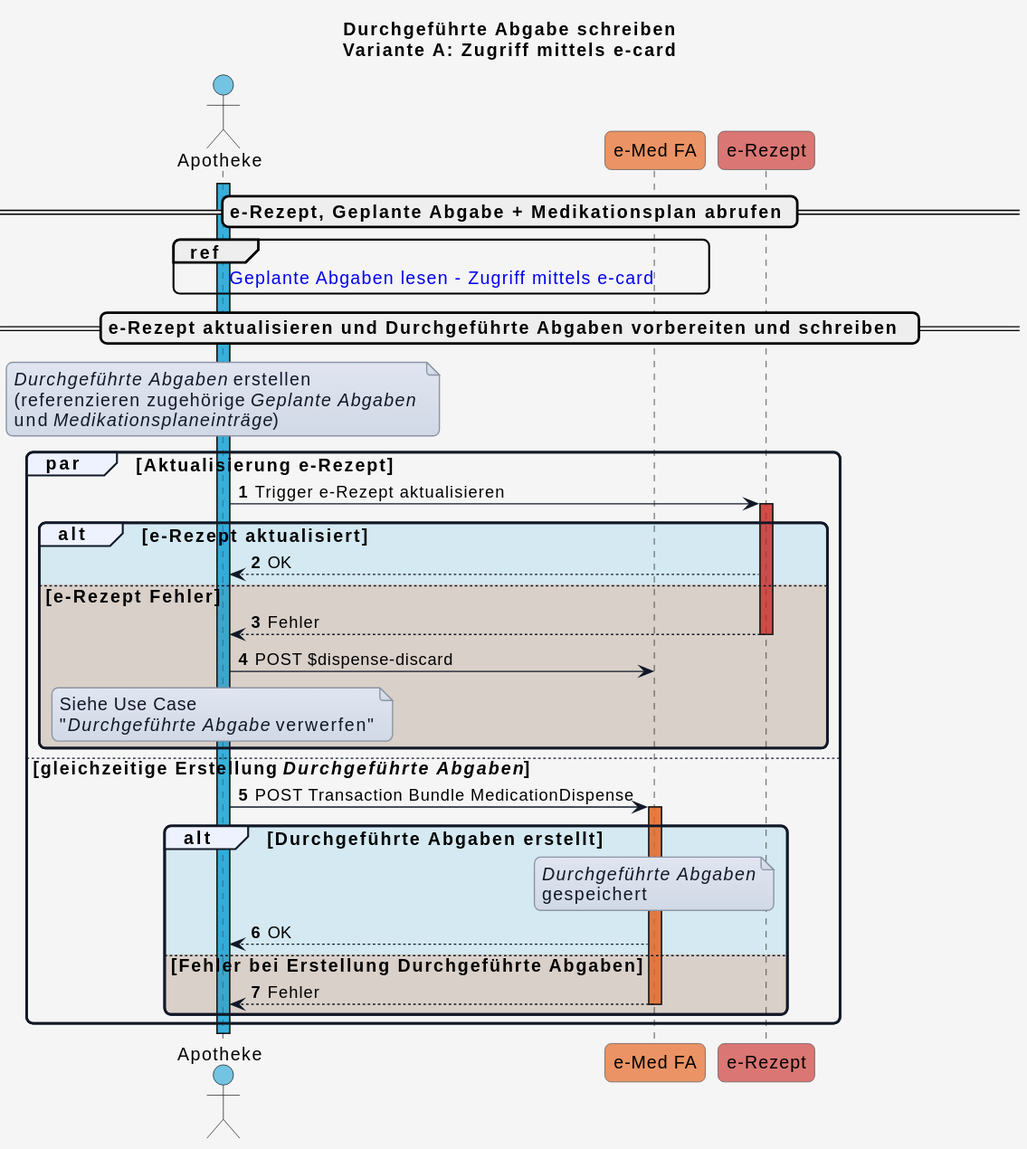
This is input/images/plantuml/UC_eMed_09_01_a.svg from HL7Austria/ELGA-e-Medikation-R4, a PlantUML export, as it was before one commit.
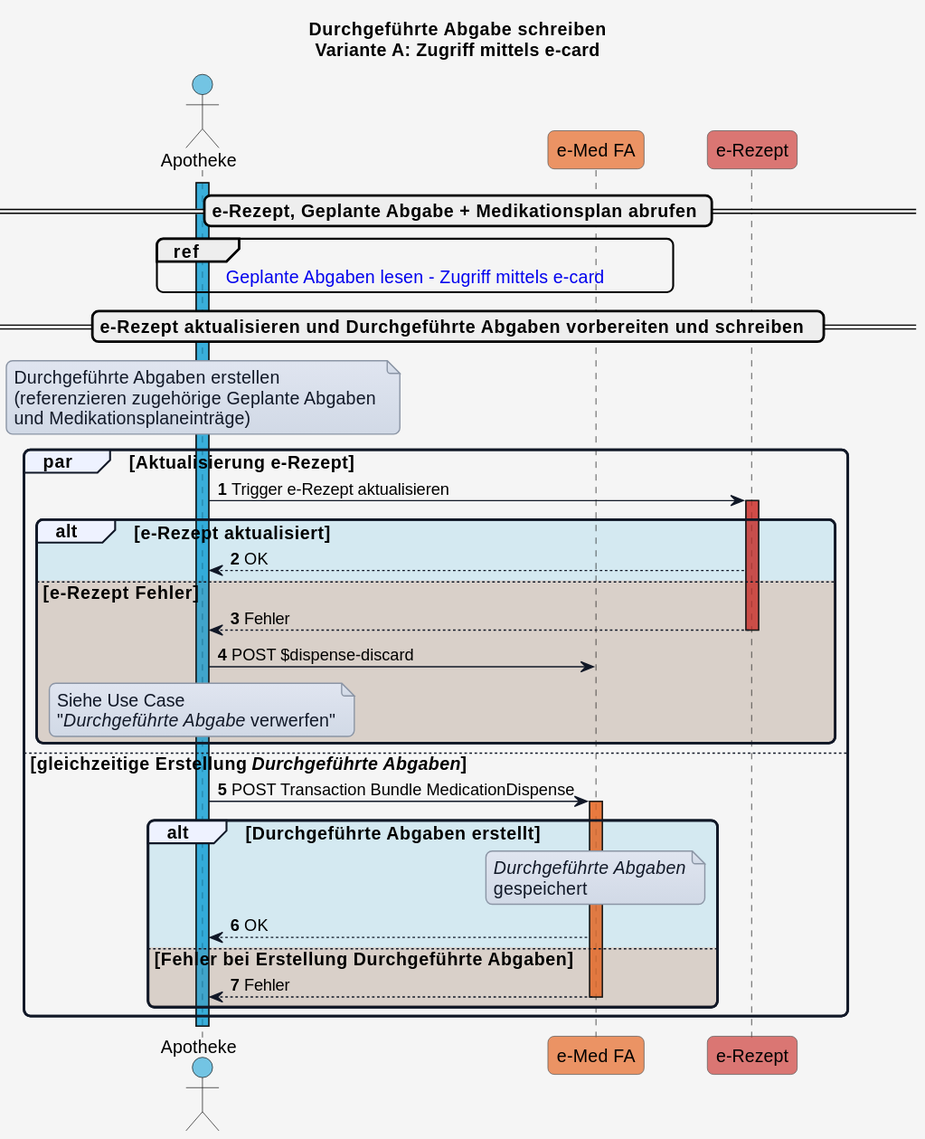
The same diagram one commit later.

What changed in the source:
```diff
@@ -55,6 +55,7 @@
 autonumber
 
 activate GDA_Apo COLOR_APO
+
 == e-Rezept, Geplante Abgabe + Medikationsplan abrufen ==
 
   ref over GDA_Apo, eMed_FA : [[Sub_UC_eMed_07_01.html#sub_uc_emed_07_01_a-zugriff-mittels-e-card Geplante Abgaben lesen - Zugriff mittels e-card]]
@@ -62,9 +63,9 @@
 == e-Rezept aktualisieren und Durchgeführte Abgaben vorbereiten und schreiben  ==
 
 note over GDA_Apo
-<i>Durchgeführte Abgaben</i> erstellen
-(referenzieren zugehörige <i>Geplante Abgaben</i>
-und <i>Medikationsplaneinträge</i>)
+Durchgeführte Abgaben erstellen
+(referenzieren zugehörige Geplante Abgaben
+und Medikationsplaneinträge)
 end note
 
 
```
